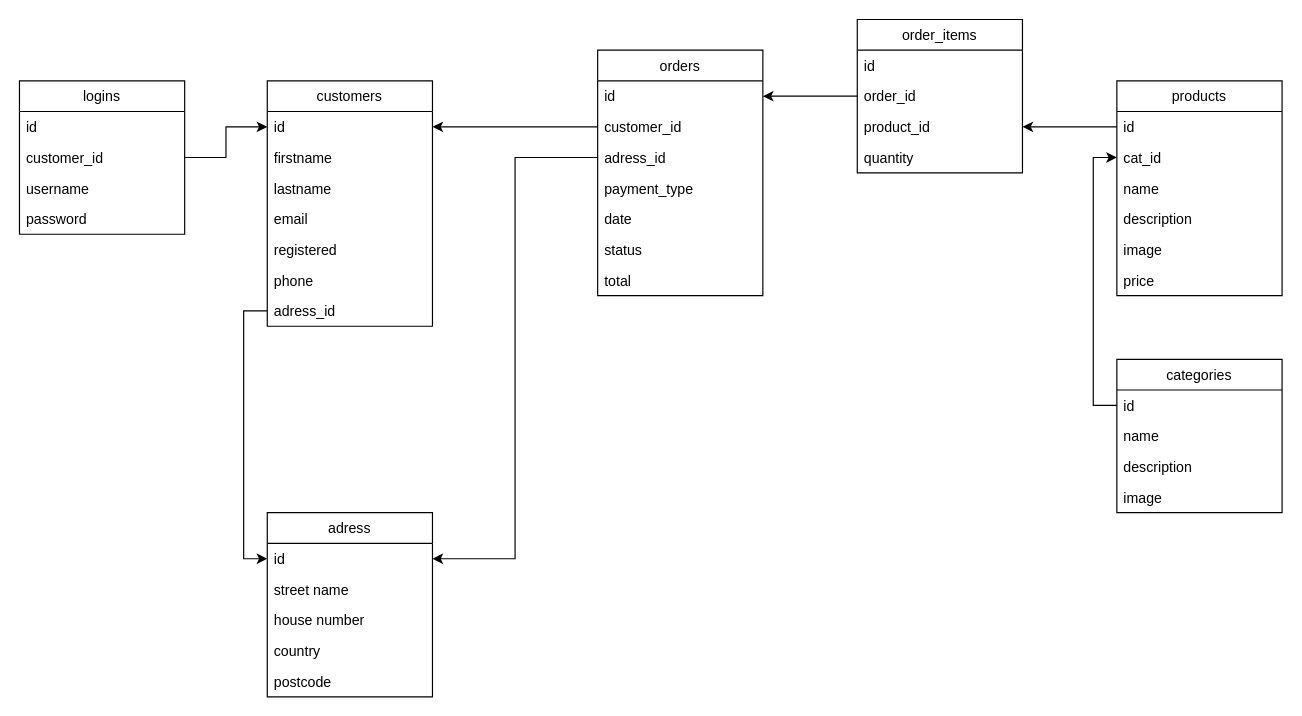
Earlier version of the draw.io diagram api/shoppingcart.drawio (VaduzLI/shoppingcart_vue). Source tidied: cells renumbered, new cells numbered last; positions are measured from the earlier drawing's top-left corner, leaving out a move shared by most shapes. Both pictures are drawn from the tidied source at 118%, with x=0, y=0 at pixel (19, 19).
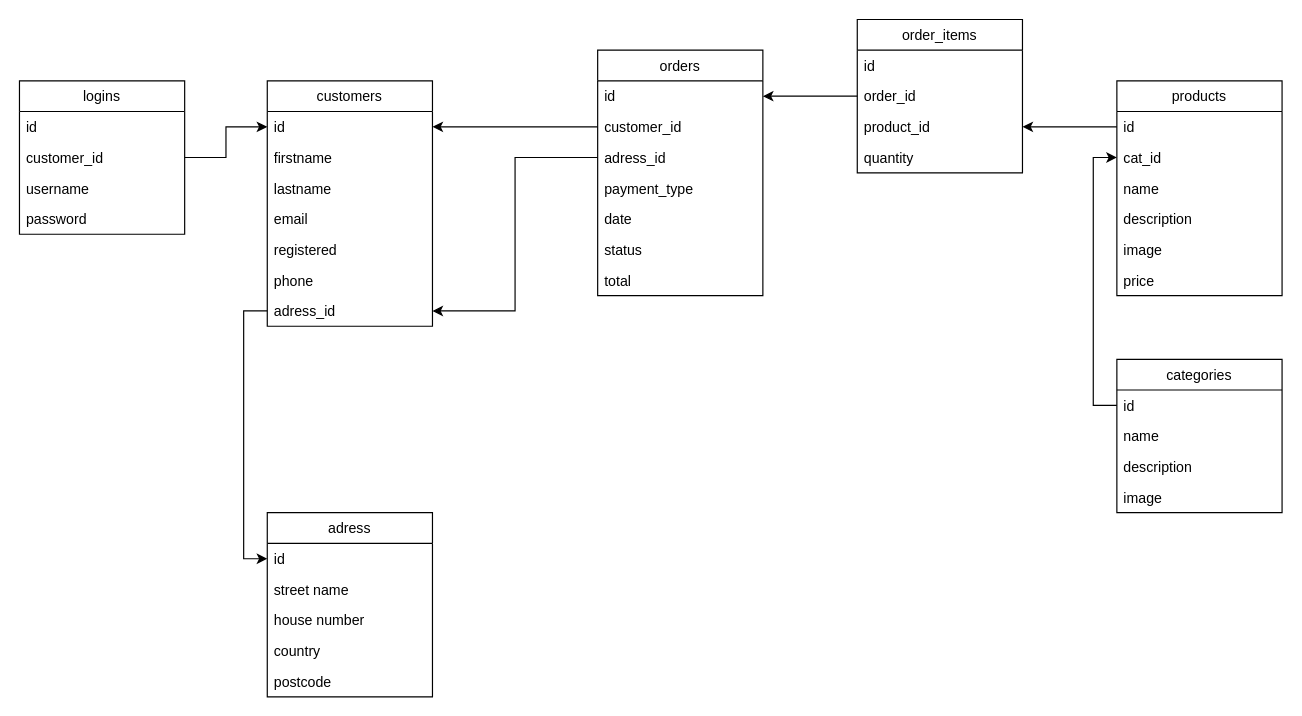
The same diagram, later.

The change refers to these unchanged cells:
```xml
<mxCell id="3" value="id" style="text;strokeColor=none;fillColor=none;align=left;verticalAlign=top;spacingLeft=4;spacingRight=4;overflow=hidden;points=[[0,0.5],[1,0.5]];portConstraint=eastwest;" parent="2" vertex="1">
  <mxGeometry y="26" width="140" height="26" as="geometry" />
</mxCell>
<mxCell id="11" value="adress_id" style="text;strokeColor=none;fillColor=none;align=left;verticalAlign=top;spacingLeft=4;spacingRight=4;overflow=hidden;points=[[0,0.5],[1,0.5]];portConstraint=eastwest;" parent="8" vertex="1">
  <mxGeometry y="78" width="140" height="26" as="geometry" />
</mxCell>
<mxCell id="38" value="adress_id" style="text;strokeColor=none;fillColor=none;align=left;verticalAlign=top;spacingLeft=4;spacingRight=4;overflow=hidden;points=[[0,0.5],[1,0.5]];portConstraint=eastwest;" parent="31" vertex="1">
  <mxGeometry y="182" width="140" height="26" as="geometry" />
</mxCell>
```

Diff of the diagram source:
```diff
@@
-    <mxCell id="51" style="edgeStyle=orthogonalEdgeStyle;rounded=0;jettySize=auto;html=1;entryX=1;entryY=0.5;entryDx=0;entryDy=0;" parent="1" edge="1" source="11" target="3">
+    <mxCell id="51" style="edgeStyle=orthogonalEdgeStyle;rounded=0;jettySize=auto;html=1;entryX=1;entryY=0.5;entryDx=0;entryDy=0;" parent="1" edge="1" source="11" target="38">
       <mxGeometry relative="1" as="geometry" />
     </mxCell>
```
